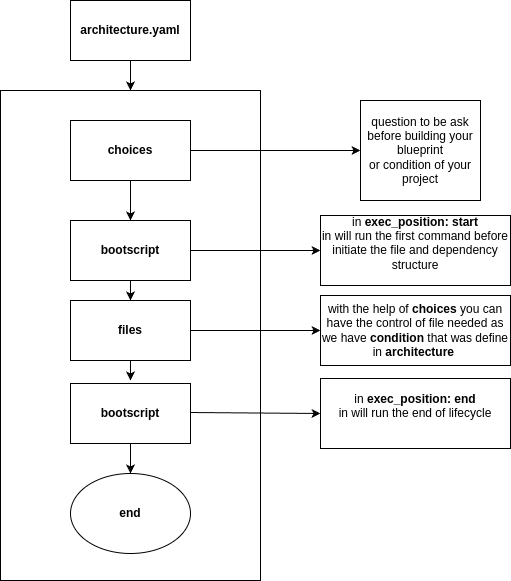
fonipts/pluton-lobby keeps this draw.io diagram as resource/diagram_architecture_lifecycle.png. Above is the earlier version. Source tidied: cells renumbered, new cells last; positions are measured from the earlier drawing's top-left corner, leaving out a move shared by most shapes.
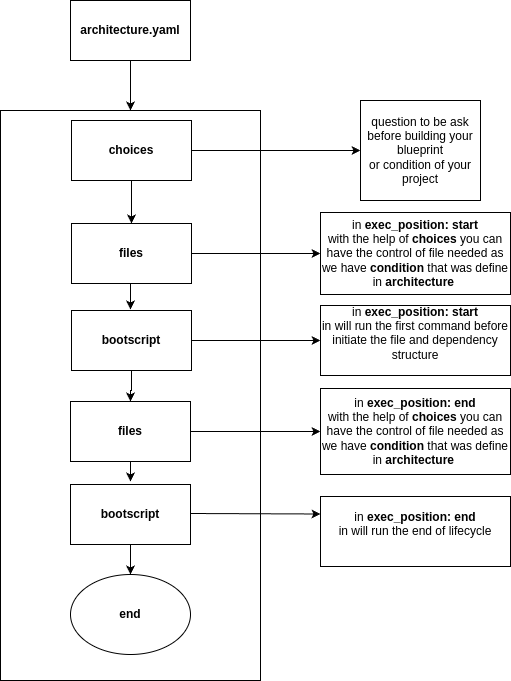
After the commit.

What changed in the source:
```diff
@@ -2,69 +2,84 @@
   <root>
     <mxCell id="0" />
     <mxCell id="1" parent="0" />
-    <mxCell id="2" style="edgeStyle=orthogonalEdgeStyle;rounded=0;jettySize=auto;html=1;entryX=0.5;entryY=0;entryDx=0;entryDy=0;" parent="1" edge="1" source="3" target="4">
-      <mxGeometry relative="1" as="geometry" />
-    </mxCell>
+    <mxCell id="22" style="edgeStyle=orthogonalEdgeStyle;rounded=0;jettySize=auto;html=1;entryX=0.5;entryY=0;entryDx=0;entryDy=0;" parent="1" edge="1" source="3" target="23">
+      <mxGeometry relative="1" as="geometry" />
+    </mxCell>
     <mxCell id="3" value="&lt;b&gt;architecture.yaml&lt;/b&gt;" style="rounded=0;whiteSpace=wrap;html=1;" parent="1" vertex="1">
       <mxGeometry x="70" width="120" height="60" as="geometry" />
     </mxCell>
-    <mxCell id="4" style="rounded=0;whiteSpace=wrap;html=1;" parent="1" vertex="1">
-      <mxGeometry y="90" width="260" height="490" as="geometry" />
-    </mxCell>
+    <mxCell id="23" style="rounded=0;whiteSpace=wrap;html=1;" parent="1" vertex="1">
+      <mxGeometry y="110" width="260" height="570" as="geometry" />
+    </mxCell>
     <mxCell id="5" style="edgeStyle=orthogonalEdgeStyle;rounded=0;jettySize=auto;html=1;exitX=1;exitY=0.5;exitDx=0;exitDy=0;entryX=0;entryY=0.5;entryDx=0;entryDy=0;" parent="1" edge="1" source="7" target="8">
       <mxGeometry relative="1" as="geometry" />
     </mxCell>
-    <mxCell id="6" style="edgeStyle=orthogonalEdgeStyle;rounded=0;jettySize=auto;html=1;" parent="1" edge="1" source="7" target="11">
-      <mxGeometry relative="1" as="geometry" />
-    </mxCell>
+    <mxCell id="24" style="edgeStyle=orthogonalEdgeStyle;rounded=0;jettySize=auto;html=1;" parent="1" edge="1" source="7" target="37">
+      <mxGeometry relative="1" as="geometry" />
+    </mxCell>
     <mxCell id="7" value="&lt;b&gt;choices&lt;/b&gt;" style="rounded=0;whiteSpace=wrap;html=1;" parent="1" vertex="1">
-      <mxGeometry x="70" y="120" width="120" height="60" as="geometry" />
+      <mxGeometry x="71" y="120" width="120" height="60" as="geometry" />
     </mxCell>
     <mxCell id="8" value="question to be ask before building your blueprint&lt;div&gt;or condition of your project&lt;/div&gt;" style="rounded=0;whiteSpace=wrap;html=1;" parent="1" vertex="1">
       <mxGeometry x="360" y="100" width="120" height="100" as="geometry" />
     </mxCell>
-    <mxCell id="9" style="edgeStyle=orthogonalEdgeStyle;rounded=0;jettySize=auto;html=1;entryX=0;entryY=0.5;entryDx=0;entryDy=0;" parent="1" edge="1" source="11" target="12">
-      <mxGeometry relative="1" as="geometry" />
-    </mxCell>
-    <mxCell id="10" style="edgeStyle=orthogonalEdgeStyle;rounded=0;jettySize=auto;html=1;" parent="1" edge="1" source="11" target="15">
-      <mxGeometry relative="1" as="geometry" />
-    </mxCell>
-    <mxCell id="11" value="&lt;b&gt;bootscript&lt;/b&gt;" style="rounded=0;whiteSpace=wrap;html=1;" parent="1" vertex="1">
-      <mxGeometry x="70" y="220" width="120" height="60" as="geometry" />
-    </mxCell>
+    <mxCell id="25" style="edgeStyle=orthogonalEdgeStyle;rounded=0;jettySize=auto;html=1;entryX=0;entryY=0.5;entryDx=0;entryDy=0;" parent="1" edge="1" source="27" target="12">
+      <mxGeometry relative="1" as="geometry" />
+    </mxCell>
+    <mxCell id="26" style="edgeStyle=orthogonalEdgeStyle;rounded=0;jettySize=auto;html=1;" parent="1" edge="1" source="27" target="30">
+      <mxGeometry relative="1" as="geometry" />
+    </mxCell>
+    <mxCell id="27" value="&lt;b&gt;bootscript&lt;/b&gt;" style="rounded=0;whiteSpace=wrap;html=1;" parent="1" vertex="1">
+      <mxGeometry x="71" y="310" width="120" height="60" as="geometry" />
+    </mxCell>
     <mxCell id="12" value="in &lt;b&gt;exec_position: start&lt;/b&gt;&lt;br&gt;in will run the first command before initiate the file and dependency structure&lt;div&gt;&lt;br&gt;&lt;/div&gt;" style="rounded=0;whiteSpace=wrap;html=1;" parent="1" vertex="1">
-      <mxGeometry x="320" y="215" width="190" height="70" as="geometry" />
+      <mxGeometry x="320" y="305" width="190" height="70" as="geometry" />
     </mxCell>
-    <mxCell id="13" style="edgeStyle=orthogonalEdgeStyle;rounded=0;jettySize=auto;html=1;entryX=0;entryY=0.5;entryDx=0;entryDy=0;" parent="1" edge="1" source="15" target="16">
-      <mxGeometry relative="1" as="geometry" />
-    </mxCell>
-    <mxCell id="14" style="edgeStyle=orthogonalEdgeStyle;rounded=0;jettySize=auto;html=1;" parent="1" edge="1" source="15">
-      <mxGeometry relative="1" as="geometry">
-        <mxPoint x="130" y="380" as="targetPoint" />
-      </mxGeometry>
-    </mxCell>
-    <mxCell id="15" value="&lt;b&gt;files&lt;/b&gt;" style="rounded=0;whiteSpace=wrap;html=1;" parent="1" vertex="1">
-      <mxGeometry x="70" y="300" width="120" height="60" as="geometry" />
-    </mxCell>
-    <mxCell id="16" value="with the help of &lt;b&gt;choices &lt;/b&gt;you can have the control of file needed as we have &lt;b&gt;condition &lt;/b&gt;that was define in &lt;b&gt;architecture&lt;/b&gt;&amp;nbsp;" style="rounded=0;whiteSpace=wrap;html=1;" parent="1" vertex="1">
-      <mxGeometry x="320" y="295" width="190" height="70" as="geometry" />
-    </mxCell>
-    <mxCell id="17" style="edgeStyle=orthogonalEdgeStyle;rounded=0;jettySize=auto;html=1;entryX=0.5;entryY=0;entryDx=0;entryDy=0;" parent="1" edge="1" source="19" target="21">
-      <mxGeometry relative="1" as="geometry" />
-    </mxCell>
-    <mxCell id="18" style="edgeStyle=orthogonalEdgeStyle;rounded=0;jettySize=auto;html=1;entryX=0;entryY=0.5;entryDx=0;entryDy=0;" parent="1" edge="1" target="20">
-      <mxGeometry relative="1" as="geometry">
-        <mxPoint x="190" y="412" as="sourcePoint" />
-      </mxGeometry>
-    </mxCell>
-    <mxCell id="19" value="&lt;b&gt;bootscript&lt;/b&gt;" style="rounded=0;whiteSpace=wrap;html=1;" parent="1" vertex="1">
-      <mxGeometry x="70" y="383" width="120" height="60" as="geometry" />
-    </mxCell>
+    <mxCell id="28" style="edgeStyle=orthogonalEdgeStyle;rounded=0;jettySize=auto;html=1;entryX=0;entryY=0.5;entryDx=0;entryDy=0;" parent="1" edge="1" source="30" target="31">
+      <mxGeometry relative="1" as="geometry" />
+    </mxCell>
+    <mxCell id="29" style="edgeStyle=orthogonalEdgeStyle;rounded=0;jettySize=auto;html=1;" parent="1" edge="1" source="30">
+      <mxGeometry relative="1" as="geometry">
+        <mxPoint x="130" y="481" as="targetPoint" />
+      </mxGeometry>
+    </mxCell>
+    <mxCell id="30" value="&lt;b&gt;files&lt;/b&gt;" style="rounded=0;whiteSpace=wrap;html=1;" parent="1" vertex="1">
+      <mxGeometry x="70" y="401" width="120" height="60" as="geometry" />
+    </mxCell>
+    <mxCell id="31" value="&lt;div&gt;in&amp;nbsp;&lt;b&gt;exec_position: end&lt;/b&gt;&lt;br&gt;&lt;/div&gt;with the help of &lt;b&gt;choices &lt;/b&gt;you can have the control of file needed as we have &lt;b&gt;condition &lt;/b&gt;that was define in &lt;b&gt;architecture&lt;/b&gt;&amp;nbsp;" style="rounded=0;whiteSpace=wrap;html=1;" parent="1" vertex="1">
+      <mxGeometry x="320" y="388" width="190" height="86" as="geometry" />
+    </mxCell>
+    <mxCell id="32" style="edgeStyle=orthogonalEdgeStyle;rounded=0;jettySize=auto;html=1;entryX=0.5;entryY=0;entryDx=0;entryDy=0;" parent="1" edge="1" source="34" target="21">
+      <mxGeometry relative="1" as="geometry" />
+    </mxCell>
+    <mxCell id="33" style="edgeStyle=orthogonalEdgeStyle;rounded=0;jettySize=auto;html=1;entryX=0;entryY=0.25;entryDx=0;entryDy=0;" parent="1" edge="1" target="20">
+      <mxGeometry relative="1" as="geometry">
+        <mxPoint x="190" y="513" as="sourcePoint" />
+      </mxGeometry>
+    </mxCell>
+    <mxCell id="34" value="&lt;b&gt;bootscript&lt;/b&gt;" style="rounded=0;whiteSpace=wrap;html=1;" parent="1" vertex="1">
+      <mxGeometry x="70" y="484" width="120" height="60" as="geometry" />
+    </mxCell>
     <mxCell id="20" value="in &lt;b&gt;exec_position: end&lt;/b&gt;&lt;br&gt;in will run the end of lifecycle&lt;div&gt;&lt;br&gt;&lt;/div&gt;" style="rounded=0;whiteSpace=wrap;html=1;" parent="1" vertex="1">
-      <mxGeometry x="320" y="378" width="190" height="70" as="geometry" />
+      <mxGeometry x="320" y="496" width="190" height="70" as="geometry" />
     </mxCell>
     <mxCell id="21" value="&lt;b&gt;end&lt;/b&gt;" style="ellipse;whiteSpace=wrap;html=1;" parent="1" vertex="1">
-      <mxGeometry x="70" y="473" width="120" height="80" as="geometry" />
+      <mxGeometry x="70" y="574" width="120" height="80" as="geometry" />
     </mxCell>
+    <mxCell id="35" style="edgeStyle=orthogonalEdgeStyle;rounded=0;jettySize=auto;html=1;entryX=0;entryY=0.5;entryDx=0;entryDy=0;" parent="1" edge="1" source="37" target="38">
+      <mxGeometry relative="1" as="geometry" />
+    </mxCell>
+    <mxCell id="36" style="edgeStyle=orthogonalEdgeStyle;rounded=0;orthogonalLoop=1;jettySize=auto;html=1;" parent="1" edge="1">
+      <mxGeometry relative="1" as="geometry">
+        <mxPoint x="131" y="272" as="sourcePoint" />
+        <mxPoint x="130" y="309" as="targetPoint" />
+      </mxGeometry>
+    </mxCell>
+    <mxCell id="37" value="&lt;b&gt;files&lt;/b&gt;" style="rounded=0;whiteSpace=wrap;html=1;" parent="1" vertex="1">
+      <mxGeometry x="71" y="223" width="120" height="60" as="geometry" />
+    </mxCell>
+    <mxCell id="38" value="&lt;div&gt;in&amp;nbsp;&lt;b&gt;exec_position: start&lt;/b&gt;&lt;br&gt;&lt;/div&gt;with the help of &lt;b&gt;choices &lt;/b&gt;you can have the control of file needed as we have &lt;b&gt;condition &lt;/b&gt;that was define in &lt;b&gt;architecture&lt;/b&gt;&amp;nbsp;" style="rounded=0;whiteSpace=wrap;html=1;" parent="1" vertex="1">
+      <mxGeometry x="320" y="212" width="190" height="82" as="geometry" />
+    </mxCell>
   </root>
 </mxGraphModel>
```
